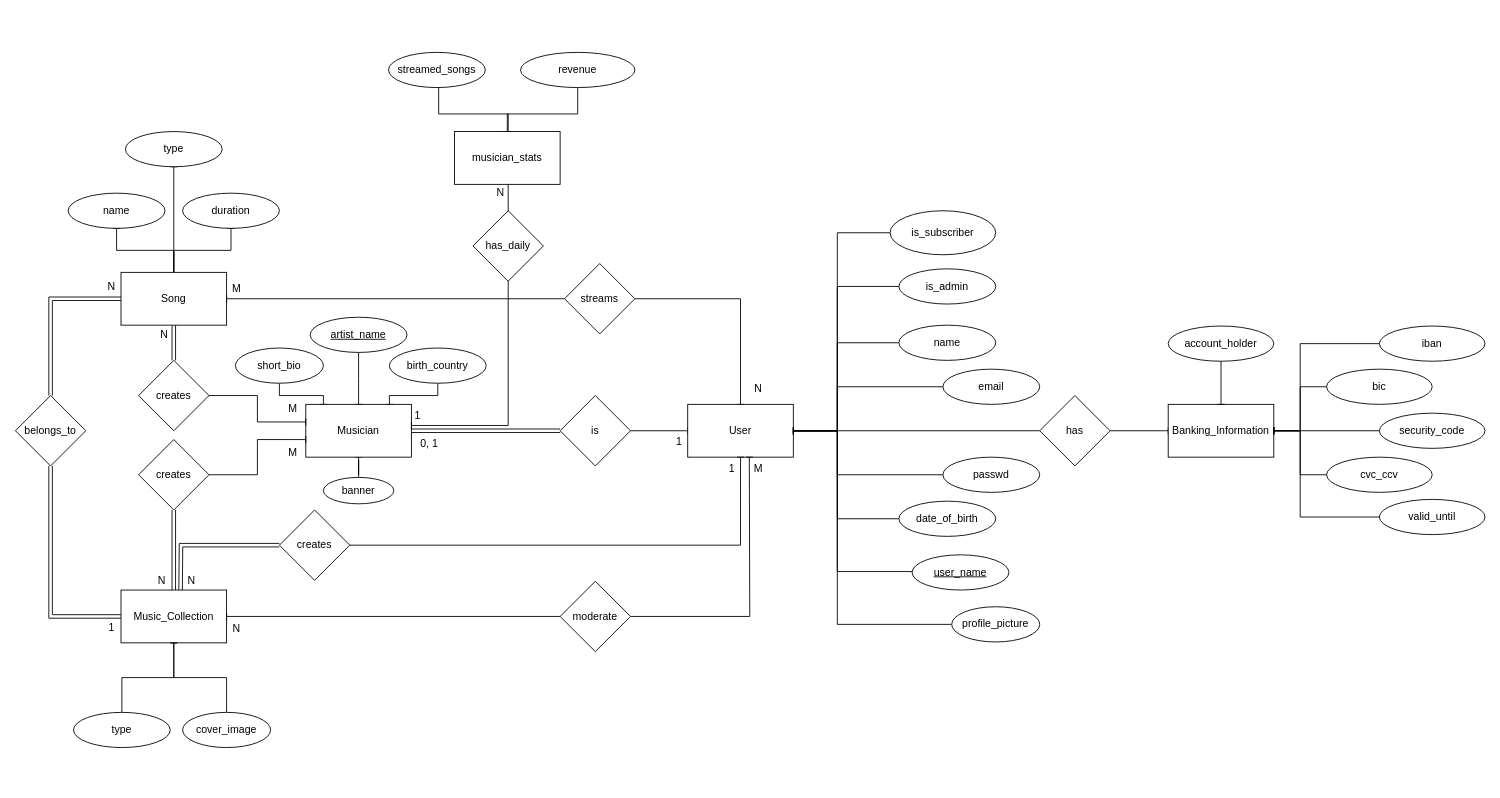
Above: PRJ1.2-ERM.drawio in Fontys-PRJ/PRJ1 (draw.io), before the change. Source tidied: cells renumbered, new cells numbered last; positions are measured from the earlier drawing's top-left corner, leaving out a move shared by most shapes. Both pictures are drawn from the tidied source at 88%, with x=0, y=0 at pixel (15, 52).
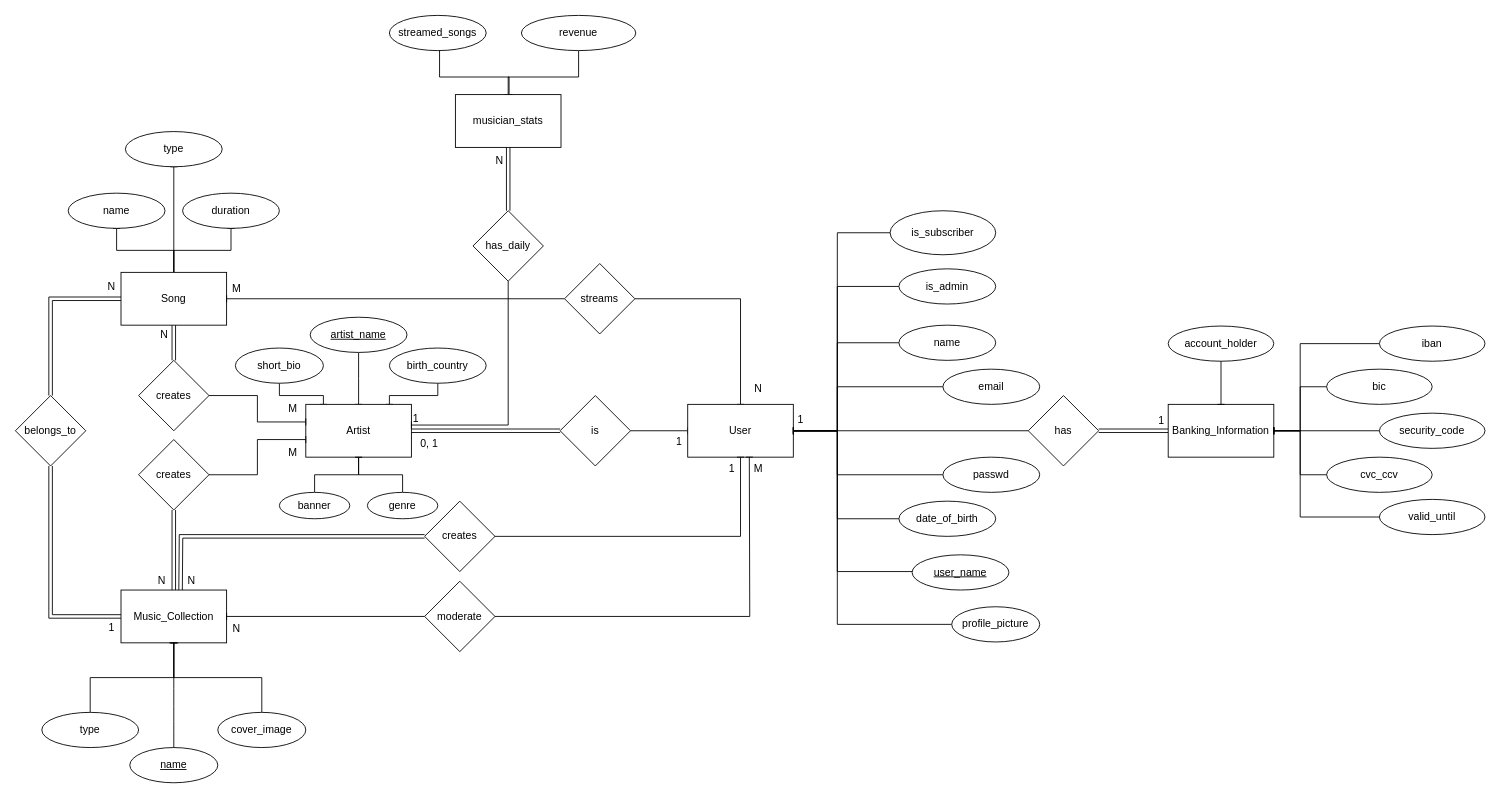
The same diagram, later.

The change refers to these unchanged cells:
```xml
<mxCell id="7" value="Music_Collection" style="rounded=0;whiteSpace=wrap;html=1;" parent="1" vertex="1">
  <mxGeometry x="120" y="611" width="120" height="60" as="geometry" />
</mxCell>
<mxCell id="20" value="User" style="rounded=0;whiteSpace=wrap;html=1;" parent="1" vertex="1">
  <mxGeometry x="764" y="400" width="120" height="60" as="geometry" />
</mxCell>
<mxCell id="82" value="has_daily" style="rhombus;whiteSpace=wrap;html=1;" parent="1" vertex="1">
  <mxGeometry x="520" y="180" width="80" height="80" as="geometry" />
</mxCell>
<mxCell id="88" value="Banking_Information" style="rounded=0;whiteSpace=wrap;html=1;" parent="1" vertex="1">
  <mxGeometry x="1310" y="400" width="120" height="60" as="geometry" />
</mxCell>
```

Change to the diagram source:
```diff
@@
-    <mxCell id="12" value="Musician" style="rounded=0;whiteSpace=wrap;html=1;" parent="1" vertex="1">
+    <mxCell id="12" value="Artist" style="rounded=0;whiteSpace=wrap;html=1;" parent="1" vertex="1">
       <mxGeometry x="330" y="400" width="120" height="60" as="geometry" />
     </mxCell>
@@
     <mxCell id="26" value="type" style="ellipse;whiteSpace=wrap;html=1;" parent="1" vertex="1">
-      <mxGeometry x="66" y="750" width="110" height="40" as="geometry" />
+      <mxGeometry x="30" y="750" width="110" height="40" as="geometry" />
     </mxCell>
@@
     <mxCell id="32" value="moderate" style="rhombus;whiteSpace=wrap;html=1;" parent="1" vertex="1">
-      <mxGeometry x="619" y="601" width="80" height="80" as="geometry" />
+      <mxGeometry x="465" y="601" width="80" height="80" as="geometry" />
     </mxCell>
@@
     <mxCell id="48" style="edgeStyle=orthogonalEdgeStyle;rounded=0;jettySize=auto;html=1;endArrow=baseDash;endFill=0;exitX=1;exitY=0.5;exitDx=0;exitDy=0;entryX=0.5;entryY=1;entryDx=0;entryDy=0;" parent="1" edge="1" source="49" target="20">
       <mxGeometry relative="1" as="geometry">
         <Array as="points">
-          <mxPoint x="824" y="560" />
+          <mxPoint x="824" y="550" />
         </Array>
       </mxGeometry>
     </mxCell>
     <mxCell id="49" value="creates" style="rhombus;whiteSpace=wrap;html=1;" parent="1" vertex="1">
-      <mxGeometry x="300" y="520" width="80" height="80" as="geometry" />
+      <mxGeometry x="465" y="510" width="80" height="80" as="geometry" />
     </mxCell>
@@
     <mxCell id="70" value="cover_image" style="ellipse;whiteSpace=wrap;html=1;align=center;" parent="1" vertex="1">
-      <mxGeometry x="190" y="750" width="100" height="40" as="geometry" />
+      <mxGeometry x="230" y="750" width="100" height="40" as="geometry" />
     </mxCell>
@@
     <mxCell id="74" style="edgeStyle=orthogonalEdgeStyle;rounded=0;jettySize=auto;html=1;endArrow=baseDash;endFill=0;" parent="1" edge="1" source="80">
       <mxGeometry relative="1" as="geometry">
-        <mxPoint x="560" y="90" as="targetPoint" />
+        <mxPoint x="561" y="48" as="targetPoint" />
         <Array as="points">
-          <mxPoint x="481" y="70" />
-          <mxPoint x="560" y="70" />
+          <mxPoint x="482" y="28" />
+          <mxPoint x="561" y="28" />
         </Array>
       </mxGeometry>
     </mxCell>
     <mxCell id="75" style="edgeStyle=orthogonalEdgeStyle;rounded=0;jettySize=auto;html=1;endArrow=baseDash;endFill=0;" parent="1" edge="1" source="78" target="76">
       <mxGeometry relative="1" as="geometry">
         <Array as="points">
-          <mxPoint x="639" y="70" />
-          <mxPoint x="559" y="70" />
+          <mxPoint x="640" y="28" />
+          <mxPoint x="560" y="28" />
         </Array>
       </mxGeometry>
     </mxCell>
     <mxCell id="76" value="musician_stats" style="rounded=0;whiteSpace=wrap;html=1;" parent="1" vertex="1">
-      <mxGeometry x="499" y="90" width="120" height="60" as="geometry" />
+      <mxGeometry x="500" y="48" width="120" height="60" as="geometry" />
     </mxCell>
     <mxCell id="77" value="banner" style="ellipse;whiteSpace=wrap;html=1;" parent="1" vertex="1">
-      <mxGeometry x="350" y="483" width="80" height="30" as="geometry" />
+      <mxGeometry x="300" y="500" width="80" height="30" as="geometry" />
     </mxCell>
     <mxCell id="78" value="revenue" style="ellipse;whiteSpace=wrap;html=1;" parent="1" vertex="1">
-      <mxGeometry x="574" width="130" height="40" as="geometry" />
+      <mxGeometry x="575" y="-42" width="130" height="40" as="geometry" />
     </mxCell>
     <mxCell id="79" style="edgeStyle=orthogonalEdgeStyle;rounded=0;jettySize=auto;html=1;endArrow=baseDash;endFill=0;" parent="1" edge="1" target="80">
       <mxGeometry relative="1" as="geometry">
-        <mxPoint x="481" y="40" as="sourcePoint" />
+        <mxPoint x="482" y="-2" as="sourcePoint" />
       </mxGeometry>
     </mxCell>
     <mxCell id="80" value="streamed_songs" style="ellipse;whiteSpace=wrap;html=1;" parent="1" vertex="1">
-      <mxGeometry x="424" width="110" height="40" as="geometry" />
+      <mxGeometry x="425" y="-42" width="110" height="40" as="geometry" />
     </mxCell>
-    <mxCell id="81" style="edgeStyle=orthogonalEdgeStyle;rounded=0;jettySize=auto;html=1;endArrow=baseDash;endFill=0;exitX=0.5;exitY=1;exitDx=0;exitDy=0;" parent="1" edge="1" source="76">
-      <mxGeometry relative="1" as="geometry">
-        <mxPoint x="450" y="424" as="targetPoint" />
-        <Array as="points">
-          <mxPoint x="560" y="150" />
-          <mxPoint x="560" y="424" />
-        </Array>
-      </mxGeometry>
-    </mxCell>
+    <mxCell id="101" style="edgeStyle=orthogonalEdgeStyle;rounded=0;jettySize=auto;html=1;endArrow=baseDash;endFill=0;shape=link;" parent="1" edge="1" source="82" target="76">
+      <mxGeometry relative="1" as="geometry" />
+    </mxCell>
@@
     <mxCell id="83" value="1" style="text;html=1;align=center;verticalAlign=middle;strokeColor=none;fillColor=none;" parent="1" vertex="1">
-      <mxGeometry x="442" y="398" width="30" height="30" as="geometry" />
+      <mxGeometry x="440" y="401" width="30" height="30" as="geometry" />
     </mxCell>
     <mxCell id="84" value="N" style="text;html=1;align=center;verticalAlign=middle;strokeColor=none;fillColor=none;" parent="1" vertex="1">
-      <mxGeometry x="536" y="145" width="30" height="30" as="geometry" />
+      <mxGeometry x="535" y="108" width="30" height="30" as="geometry" />
     </mxCell>
-    <mxCell id="85" style="edgeStyle=orthogonalEdgeStyle;rounded=0;jettySize=auto;html=1;exitX=1;exitY=0.5;exitDx=0;exitDy=0;endArrow=baseDash;endFill=0;" parent="1" edge="1" source="86" target="88">
+    <mxCell id="85" style="edgeStyle=orthogonalEdgeStyle;rounded=0;jettySize=auto;html=1;exitX=1;exitY=0.5;exitDx=0;exitDy=0;endArrow=baseDash;endFill=0;shape=link;" parent="1" edge="1" source="86" target="88">
       <mxGeometry relative="1" as="geometry" />
     </mxCell>
     <mxCell id="86" value="has" style="rhombus;whiteSpace=wrap;html=1;" parent="1" vertex="1">
-      <mxGeometry x="1164" y="390" width="80" height="80" as="geometry" />
+      <mxGeometry x="1151" y="390" width="80" height="80" as="geometry" />
     </mxCell>
@@
+    <mxCell id="102" style="edgeStyle=orthogonalEdgeStyle;rounded=0;jettySize=auto;html=1;entryX=0.5;entryY=1;entryDx=0;entryDy=0;endArrow=baseDash;endFill=0;" parent="1" edge="1" source="103" target="12">
+      <mxGeometry relative="1" as="geometry" />
+    </mxCell>
+    <mxCell id="103" value="genre" style="ellipse;whiteSpace=wrap;html=1;" parent="1" vertex="1">
+      <mxGeometry x="400" y="500" width="80" height="30" as="geometry" />
+    </mxCell>
+    <mxCell id="104" value="1" style="text;html=1;align=center;verticalAlign=middle;strokeColor=none;fillColor=none;" parent="1" vertex="1">
+      <mxGeometry x="877" y="403" width="30" height="30" as="geometry" />
+    </mxCell>
+    <mxCell id="105" value="1" style="text;html=1;align=center;verticalAlign=middle;strokeColor=none;fillColor=none;" parent="1" vertex="1">
+      <mxGeometry x="1287" y="404" width="30" height="30" as="geometry" />
+    </mxCell>
+    <mxCell id="106" style="edgeStyle=orthogonalEdgeStyle;rounded=0;jettySize=auto;html=1;endArrow=baseDash;endFill=0;entryX=1;entryY=0.392;entryDx=0;entryDy=0;entryPerimeter=0;" parent="1" edge="1" source="82" target="12">
+      <mxGeometry relative="1" as="geometry">
+        <Array as="points">
+          <mxPoint x="560" y="424" />
+        </Array>
+      </mxGeometry>
+    </mxCell>
+    <mxCell id="107" style="edgeStyle=none;curved=1;rounded=0;jettySize=auto;html=1;fontSize=12;startSize=8;endSize=8;endArrow=baseDash;endFill=0;" parent="1" edge="1" source="108" target="7">
+      <mxGeometry relative="1" as="geometry" />
+    </mxCell>
+    <mxCell id="108" value="&lt;u&gt;name&lt;/u&gt;" style="ellipse;whiteSpace=wrap;html=1;align=center;" parent="1" vertex="1">
+      <mxGeometry x="130" y="790" width="100" height="40" as="geometry" />
+    </mxCell>
```
